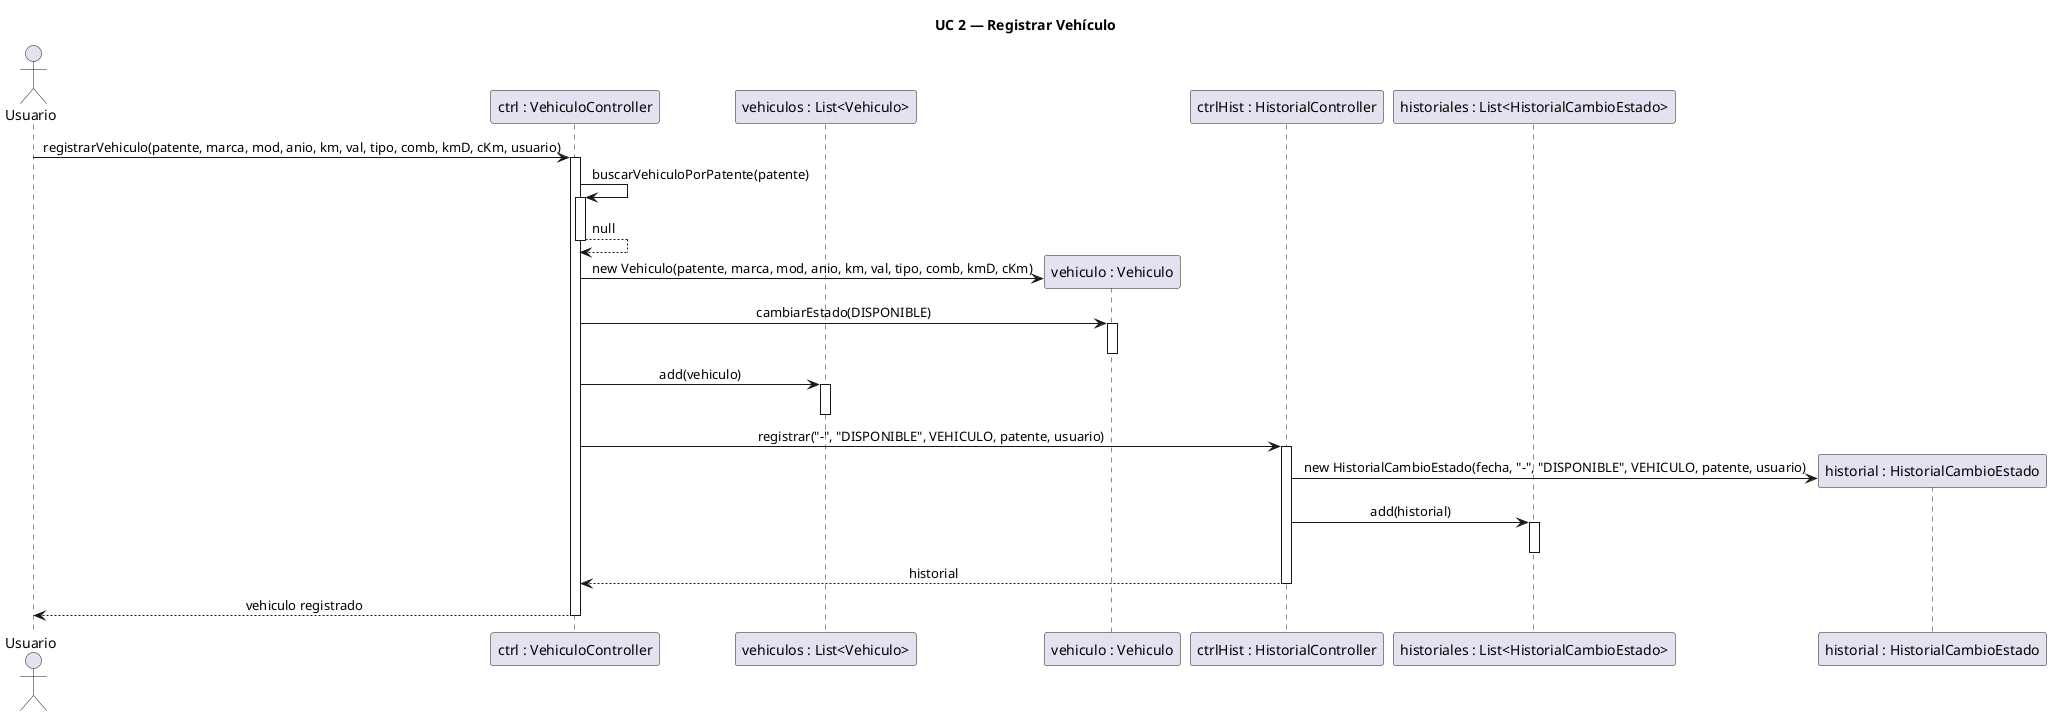
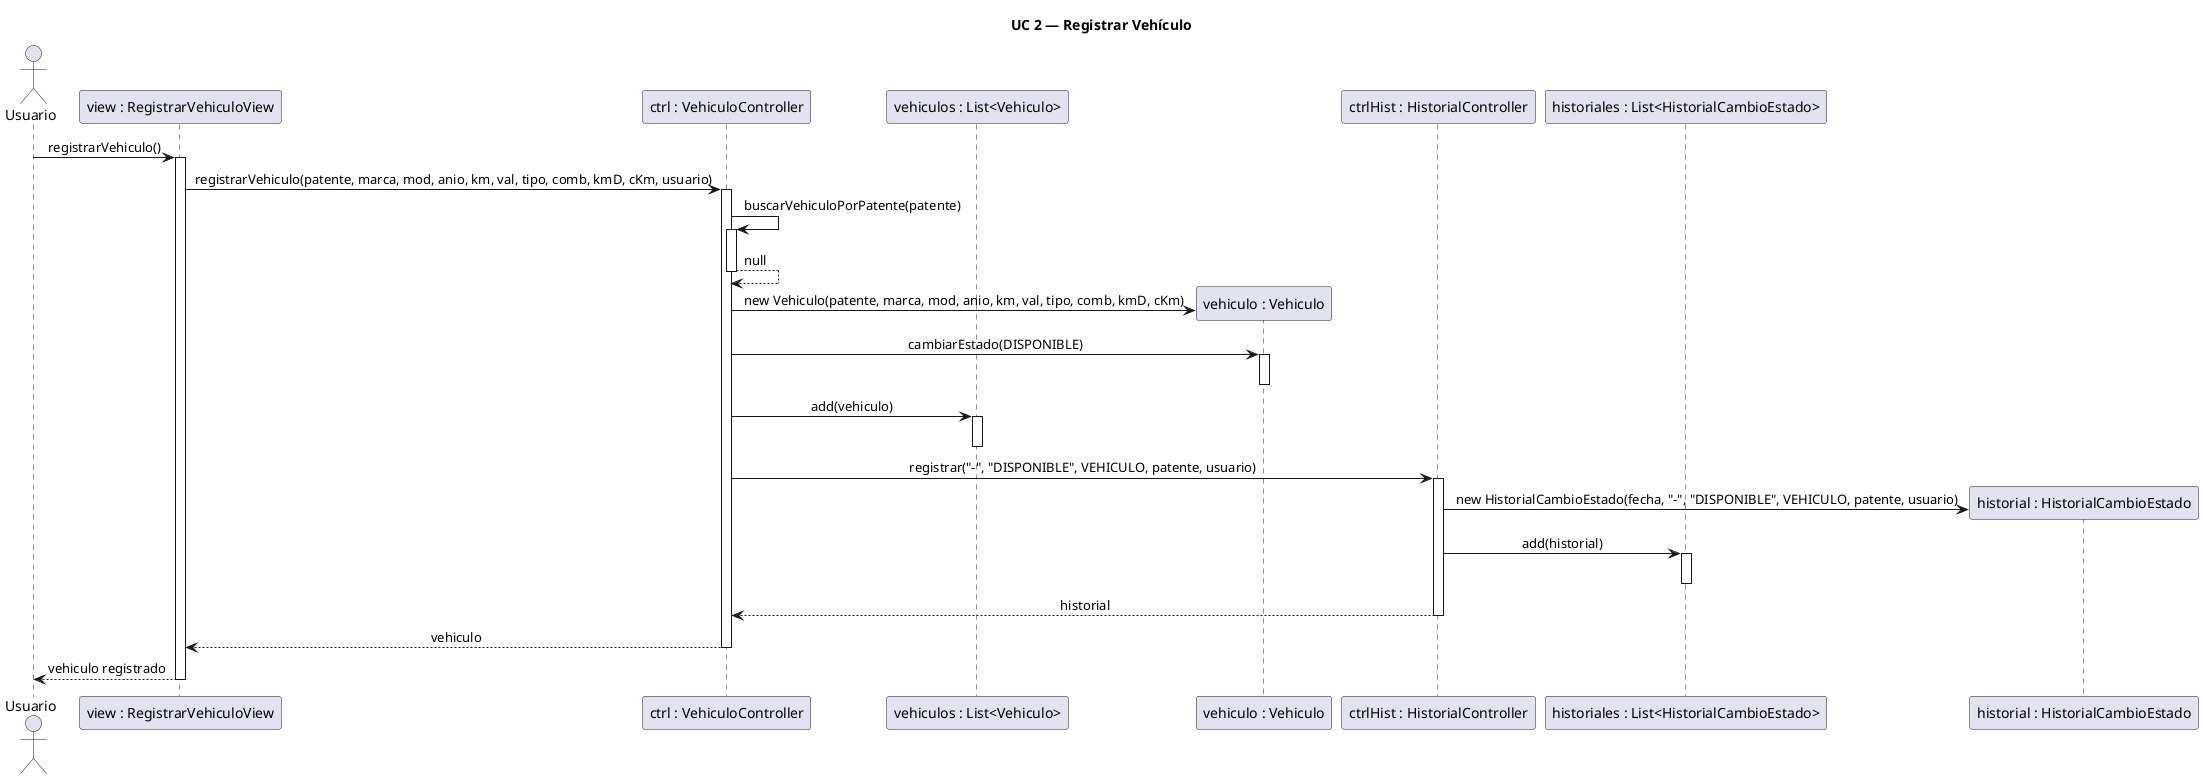
@startuml DS2_RegistrarVehiculo
skinparam sequenceMessageAlign center
skinparam responseMessageBelowArrow true

title UC 2 — Registrar Vehículo

actor Usuario

+ participant "view : RegistrarVehiculoView" as V
participant "ctrl : VehiculoController" as VC
participant "vehiculos : List<Vehiculo>" as LV
- participant "vehiculo : Vehiculo" as V
+ participant "vehiculo : Vehiculo" as Veh
participant "ctrlHist : HistorialController" as HC
participant "historiales : List<HistorialCambioEstado>" as LH
participant "historial : HistorialCambioEstado" as H

- Usuario -> VC : registrarVehiculo(patente, marca, mod, anio, km, val, tipo, comb, kmD, cKm, usuario)
+ Usuario -> V : registrarVehiculo()
+ activate V
+ 
+ V -> VC : registrarVehiculo(patente, marca, mod, anio, km, val, tipo, comb, kmD, cKm, usuario)
activate VC

VC -> VC : buscarVehiculoPorPatente(patente)
activate VC
VC --> VC : null
deactivate VC

- VC -> V ** : new Vehiculo(patente, marca, mod, anio, km, val, tipo, comb, kmD, cKm)
- VC -> V : cambiarEstado(DISPONIBLE)
- activate V
- deactivate V
+ VC -> Veh ** : new Vehiculo(patente, marca, mod, anio, km, val, tipo, comb, kmD, cKm)
+ VC -> Veh : cambiarEstado(DISPONIBLE)
+ activate Veh
+ deactivate Veh

VC -> LV : add(vehiculo)
activate LV
deactivate LV

VC -> HC : registrar("-", "DISPONIBLE", VEHICULO, patente, usuario)
activate HC

HC -> H ** : new HistorialCambioEstado(fecha, "-", "DISPONIBLE", VEHICULO, patente, usuario)
HC -> LH : add(historial)
activate LH
deactivate LH

HC --> VC : historial
deactivate HC

- VC --> Usuario : vehiculo registrado
+ VC --> V : vehiculo
deactivate VC

- @enduml
+ V --> Usuario : vehiculo registrado
+ deactivate V
+ 
+ @enduml